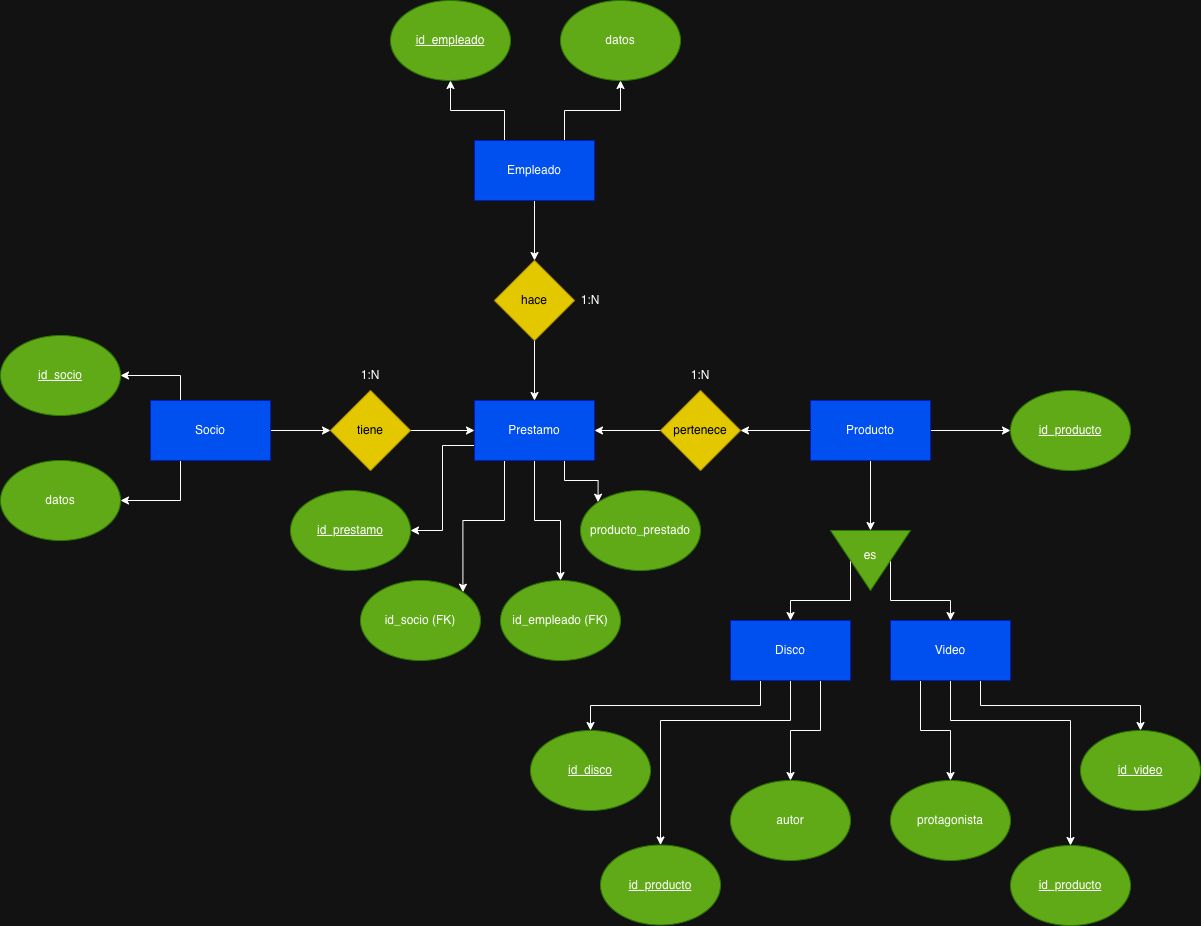
Above: Bases de Datos/ER 22 noviembre/Ejercicio1.6_videoteca.drawio.png in luzmariaalvarez/1DAW (draw.io), before the change. Source tidied: cells renumbered, new cells last; positions are measured from the earlier drawing's top-left corner, leaving out a move shared by most shapes. Source of this version:
```xml
<mxGraphModel>
  <root>
    <mxCell id="0" />
    <mxCell id="1" parent="0" />
    <mxCell id="2" style="edgeStyle=orthogonalEdgeStyle;rounded=0;jettySize=auto;html=1;exitX=1;exitY=0.5;exitDx=0;exitDy=0;entryX=0;entryY=0.5;entryDx=0;entryDy=0;" parent="1" edge="1" source="5" target="32">
      <mxGeometry relative="1" as="geometry" />
    </mxCell>
    <mxCell id="3" style="edgeStyle=orthogonalEdgeStyle;rounded=0;jettySize=auto;html=1;exitX=0.25;exitY=0;exitDx=0;exitDy=0;entryX=1;entryY=0.5;entryDx=0;entryDy=0;" parent="1" edge="1" source="5" target="41">
      <mxGeometry relative="1" as="geometry" />
    </mxCell>
    <mxCell id="4" style="edgeStyle=orthogonalEdgeStyle;rounded=0;jettySize=auto;html=1;exitX=0.25;exitY=1;exitDx=0;exitDy=0;entryX=1;entryY=0.5;entryDx=0;entryDy=0;" parent="1" edge="1" source="5" target="40">
      <mxGeometry relative="1" as="geometry" />
    </mxCell>
    <mxCell id="5" value="Socio" style="rounded=0;whiteSpace=wrap;html=1;fillColor=#0050ef;strokeColor=#001DBC;fontColor=#ffffff;" parent="1" vertex="1">
      <mxGeometry x="150" y="400" width="120" height="60" as="geometry" />
    </mxCell>
    <mxCell id="6" style="edgeStyle=orthogonalEdgeStyle;rounded=0;jettySize=auto;html=1;exitX=0.75;exitY=1;exitDx=0;exitDy=0;" parent="1" edge="1" source="9" target="49">
      <mxGeometry relative="1" as="geometry" />
    </mxCell>
    <mxCell id="7" style="edgeStyle=orthogonalEdgeStyle;rounded=0;jettySize=auto;html=1;exitX=0.25;exitY=1;exitDx=0;exitDy=0;entryX=0.5;entryY=0;entryDx=0;entryDy=0;" parent="1" edge="1" source="9" target="48">
      <mxGeometry relative="1" as="geometry" />
    </mxCell>
    <mxCell id="8" style="edgeStyle=orthogonalEdgeStyle;rounded=0;jettySize=auto;html=1;exitX=0.5;exitY=1;exitDx=0;exitDy=0;entryX=0.5;entryY=0;entryDx=0;entryDy=0;" parent="1" edge="1" source="9" target="52">
      <mxGeometry relative="1" as="geometry">
        <Array as="points">
          <mxPoint x="790" y="720" />
          <mxPoint x="660" y="720" />
        </Array>
      </mxGeometry>
    </mxCell>
    <mxCell id="9" value="Disco" style="rounded=0;whiteSpace=wrap;html=1;fillColor=#0050ef;strokeColor=#001DBC;fontColor=#ffffff;" parent="1" vertex="1">
      <mxGeometry x="730" y="620" width="120" height="60" as="geometry" />
    </mxCell>
    <mxCell id="10" style="edgeStyle=orthogonalEdgeStyle;rounded=0;jettySize=auto;html=1;exitX=0.25;exitY=1;exitDx=0;exitDy=0;" parent="1" edge="1" source="13" target="50">
      <mxGeometry relative="1" as="geometry" />
    </mxCell>
    <mxCell id="11" style="edgeStyle=orthogonalEdgeStyle;rounded=0;jettySize=auto;html=1;exitX=0.75;exitY=1;exitDx=0;exitDy=0;entryX=0.5;entryY=0;entryDx=0;entryDy=0;" parent="1" edge="1" source="13" target="51">
      <mxGeometry relative="1" as="geometry" />
    </mxCell>
    <mxCell id="12" style="edgeStyle=orthogonalEdgeStyle;rounded=0;jettySize=auto;html=1;exitX=0.5;exitY=1;exitDx=0;exitDy=0;entryX=0.5;entryY=0;entryDx=0;entryDy=0;" parent="1" edge="1" source="13" target="53">
      <mxGeometry relative="1" as="geometry">
        <Array as="points">
          <mxPoint x="950" y="720" />
          <mxPoint x="1070" y="720" />
        </Array>
      </mxGeometry>
    </mxCell>
    <mxCell id="13" value="Video" style="rounded=0;whiteSpace=wrap;html=1;fillColor=#0050ef;strokeColor=#001DBC;fontColor=#ffffff;" parent="1" vertex="1">
      <mxGeometry x="890" y="620" width="120" height="60" as="geometry" />
    </mxCell>
    <mxCell id="14" style="edgeStyle=orthogonalEdgeStyle;rounded=0;jettySize=auto;html=1;exitX=0;exitY=0.75;exitDx=0;exitDy=0;entryX=1;entryY=0.5;entryDx=0;entryDy=0;" parent="1" edge="1" source="18" target="42">
      <mxGeometry relative="1" as="geometry" />
    </mxCell>
    <mxCell id="15" style="edgeStyle=orthogonalEdgeStyle;rounded=0;jettySize=auto;html=1;exitX=0.25;exitY=1;exitDx=0;exitDy=0;entryX=1;entryY=0;entryDx=0;entryDy=0;" parent="1" edge="1" source="18" target="43">
      <mxGeometry relative="1" as="geometry" />
    </mxCell>
    <mxCell id="16" style="edgeStyle=orthogonalEdgeStyle;rounded=0;jettySize=auto;html=1;exitX=0.5;exitY=1;exitDx=0;exitDy=0;" parent="1" edge="1" source="18" target="44">
      <mxGeometry relative="1" as="geometry" />
    </mxCell>
    <mxCell id="17" style="edgeStyle=orthogonalEdgeStyle;rounded=0;jettySize=auto;html=1;exitX=0.75;exitY=1;exitDx=0;exitDy=0;entryX=0;entryY=0;entryDx=0;entryDy=0;" parent="1" edge="1" source="18" target="45">
      <mxGeometry relative="1" as="geometry" />
    </mxCell>
    <mxCell id="18" value="Prestamo" style="rounded=0;whiteSpace=wrap;html=1;fillColor=#0050ef;strokeColor=#001DBC;fontColor=#ffffff;" parent="1" vertex="1">
      <mxGeometry x="474" y="400" width="120" height="60" as="geometry" />
    </mxCell>
    <mxCell id="19" style="edgeStyle=orthogonalEdgeStyle;rounded=0;jettySize=auto;html=1;" parent="1" edge="1" source="22" target="38">
      <mxGeometry relative="1" as="geometry" />
    </mxCell>
    <mxCell id="20" style="edgeStyle=orthogonalEdgeStyle;rounded=0;jettySize=auto;html=1;exitX=0.25;exitY=0;exitDx=0;exitDy=0;" parent="1" edge="1" source="22" target="46">
      <mxGeometry relative="1" as="geometry" />
    </mxCell>
    <mxCell id="21" style="edgeStyle=orthogonalEdgeStyle;rounded=0;jettySize=auto;html=1;exitX=0.75;exitY=0;exitDx=0;exitDy=0;" parent="1" edge="1" source="22" target="47">
      <mxGeometry relative="1" as="geometry" />
    </mxCell>
    <mxCell id="22" value="Empleado" style="rounded=0;whiteSpace=wrap;html=1;fillColor=#0050ef;strokeColor=#001DBC;fontColor=#ffffff;" parent="1" vertex="1">
      <mxGeometry x="474" y="140" width="120" height="60" as="geometry" />
    </mxCell>
    <mxCell id="23" style="edgeStyle=orthogonalEdgeStyle;rounded=0;jettySize=auto;html=1;exitX=0.5;exitY=1;exitDx=0;exitDy=0;entryX=0;entryY=0.5;entryDx=0;entryDy=0;" parent="1" edge="1" source="26" target="29">
      <mxGeometry relative="1" as="geometry" />
    </mxCell>
    <mxCell id="24" style="edgeStyle=orthogonalEdgeStyle;rounded=0;jettySize=auto;html=1;" parent="1" edge="1" source="26" target="34">
      <mxGeometry relative="1" as="geometry" />
    </mxCell>
    <mxCell id="25" style="edgeStyle=orthogonalEdgeStyle;rounded=0;jettySize=auto;html=1;" parent="1" edge="1" source="26" target="54">
      <mxGeometry relative="1" as="geometry" />
    </mxCell>
    <mxCell id="26" value="Producto" style="rounded=0;whiteSpace=wrap;html=1;fillColor=#0050ef;strokeColor=#001DBC;fontColor=#ffffff;" parent="1" vertex="1">
      <mxGeometry x="810" y="400" width="120" height="60" as="geometry" />
    </mxCell>
    <mxCell id="27" style="edgeStyle=orthogonalEdgeStyle;rounded=0;jettySize=auto;html=1;exitX=0.5;exitY=1;exitDx=0;exitDy=0;entryX=0.5;entryY=0;entryDx=0;entryDy=0;" parent="1" edge="1" source="29" target="9">
      <mxGeometry relative="1" as="geometry">
        <Array as="points">
          <mxPoint x="850" y="600" />
          <mxPoint x="790" y="600" />
        </Array>
      </mxGeometry>
    </mxCell>
    <mxCell id="28" style="edgeStyle=orthogonalEdgeStyle;rounded=0;jettySize=auto;html=1;exitX=0.5;exitY=0;exitDx=0;exitDy=0;entryX=0.5;entryY=0;entryDx=0;entryDy=0;" parent="1" edge="1" source="29" target="13">
      <mxGeometry relative="1" as="geometry">
        <Array as="points">
          <mxPoint x="890" y="600" />
          <mxPoint x="950" y="600" />
        </Array>
      </mxGeometry>
    </mxCell>
    <mxCell id="29" style="triangle;whiteSpace=wrap;html=1;rotation=90;fillColor=#60a917;strokeColor=#2D7600;fontColor=#ffffff;" parent="1" vertex="1">
      <mxGeometry x="840" y="520" width="60" height="80" as="geometry" />
    </mxCell>
    <mxCell id="30" value="es" style="text;html=1;whiteSpace=wrap;strokeColor=none;fillColor=none;align=center;verticalAlign=middle;rounded=0;" parent="1" vertex="1">
      <mxGeometry x="840" y="540" width="60" height="30" as="geometry" />
    </mxCell>
    <mxCell id="31" style="edgeStyle=orthogonalEdgeStyle;rounded=0;jettySize=auto;html=1;exitX=1;exitY=0.5;exitDx=0;exitDy=0;entryX=0;entryY=0.5;entryDx=0;entryDy=0;" parent="1" edge="1" source="32" target="18">
      <mxGeometry relative="1" as="geometry" />
    </mxCell>
    <mxCell id="32" value="tiene" style="rhombus;whiteSpace=wrap;html=1;fillColor=#e3c800;strokeColor=#B09500;fontColor=#000000;" parent="1" vertex="1">
      <mxGeometry x="330" y="390" width="80" height="80" as="geometry" />
    </mxCell>
    <mxCell id="33" style="edgeStyle=orthogonalEdgeStyle;rounded=0;jettySize=auto;html=1;" parent="1" edge="1" source="34" target="18">
      <mxGeometry relative="1" as="geometry" />
    </mxCell>
    <mxCell id="34" value="pertenece" style="rhombus;whiteSpace=wrap;html=1;fillColor=#e3c800;strokeColor=#B09500;fontColor=#000000;" parent="1" vertex="1">
      <mxGeometry x="660" y="390" width="80" height="80" as="geometry" />
    </mxCell>
    <mxCell id="35" value="1:N" style="text;html=1;whiteSpace=wrap;strokeColor=none;fillColor=none;align=center;verticalAlign=middle;rounded=0;" parent="1" vertex="1">
      <mxGeometry x="340" y="360" width="60" height="30" as="geometry" />
    </mxCell>
    <mxCell id="36" value="1:N" style="text;html=1;whiteSpace=wrap;strokeColor=none;fillColor=none;align=center;verticalAlign=middle;rounded=0;" parent="1" vertex="1">
      <mxGeometry x="670" y="360" width="60" height="30" as="geometry" />
    </mxCell>
    <mxCell id="37" style="edgeStyle=orthogonalEdgeStyle;rounded=0;jettySize=auto;html=1;" parent="1" edge="1" source="38" target="18">
      <mxGeometry relative="1" as="geometry" />
    </mxCell>
    <mxCell id="38" value="hace" style="rhombus;whiteSpace=wrap;html=1;fillColor=#e3c800;strokeColor=#B09500;fontColor=#000000;" parent="1" vertex="1">
      <mxGeometry x="494" y="260" width="80" height="80" as="geometry" />
    </mxCell>
    <mxCell id="39" value="1:N" style="text;html=1;whiteSpace=wrap;strokeColor=none;fillColor=none;align=center;verticalAlign=middle;rounded=0;" parent="1" vertex="1">
      <mxGeometry x="560" y="285" width="60" height="30" as="geometry" />
    </mxCell>
    <mxCell id="40" value="datos" style="ellipse;whiteSpace=wrap;html=1;fillColor=#60a917;strokeColor=#2D7600;fontColor=#ffffff;" parent="1" vertex="1">
      <mxGeometry y="460" width="120" height="80" as="geometry" />
    </mxCell>
    <mxCell id="41" value="&lt;u&gt;id_socio&lt;/u&gt;" style="ellipse;whiteSpace=wrap;html=1;fillColor=#60a917;strokeColor=#2D7600;fontColor=#ffffff;" parent="1" vertex="1">
      <mxGeometry y="335" width="120" height="80" as="geometry" />
    </mxCell>
    <mxCell id="42" value="&lt;u&gt;id_prestamo&lt;/u&gt;" style="ellipse;whiteSpace=wrap;html=1;fillColor=#60a917;strokeColor=#2D7600;fontColor=#ffffff;" parent="1" vertex="1">
      <mxGeometry x="290" y="490" width="120" height="80" as="geometry" />
    </mxCell>
    <mxCell id="43" value="id_socio (FK)" style="ellipse;whiteSpace=wrap;html=1;fillColor=#60a917;strokeColor=#2D7600;fontColor=#ffffff;" parent="1" vertex="1">
      <mxGeometry x="360" y="580" width="120" height="80" as="geometry" />
    </mxCell>
    <mxCell id="44" value="id_empleado (FK)" style="ellipse;whiteSpace=wrap;html=1;fillColor=#60a917;strokeColor=#2D7600;fontColor=#ffffff;" parent="1" vertex="1">
      <mxGeometry x="500" y="580" width="120" height="80" as="geometry" />
    </mxCell>
    <mxCell id="45" value="producto_prestado" style="ellipse;whiteSpace=wrap;html=1;fillColor=#60a917;strokeColor=#2D7600;fontColor=#ffffff;" parent="1" vertex="1">
      <mxGeometry x="580" y="490" width="120" height="80" as="geometry" />
    </mxCell>
    <mxCell id="46" value="&lt;u&gt;id_empleado&lt;/u&gt;" style="ellipse;whiteSpace=wrap;html=1;fillColor=#60a917;strokeColor=#2D7600;fontColor=#ffffff;" parent="1" vertex="1">
      <mxGeometry x="390" width="120" height="80" as="geometry" />
    </mxCell>
    <mxCell id="47" value="datos" style="ellipse;whiteSpace=wrap;html=1;fillColor=#60a917;strokeColor=#2D7600;fontColor=#ffffff;" parent="1" vertex="1">
      <mxGeometry x="560" width="120" height="80" as="geometry" />
    </mxCell>
    <mxCell id="48" value="id_disco" style="ellipse;whiteSpace=wrap;html=1;fillColor=#60a917;strokeColor=#2D7600;fontStyle=4;fontColor=#ffffff;" parent="1" vertex="1">
      <mxGeometry x="530" y="730" width="120" height="80" as="geometry" />
    </mxCell>
    <mxCell id="49" value="autor" style="ellipse;whiteSpace=wrap;html=1;fillColor=#60a917;strokeColor=#2D7600;fontColor=#ffffff;" parent="1" vertex="1">
      <mxGeometry x="730" y="780" width="120" height="80" as="geometry" />
    </mxCell>
    <mxCell id="50" value="protagonista" style="ellipse;whiteSpace=wrap;html=1;fillColor=#60a917;strokeColor=#2D7600;fontColor=#ffffff;" parent="1" vertex="1">
      <mxGeometry x="890" y="780" width="120" height="80" as="geometry" />
    </mxCell>
    <mxCell id="51" value="&lt;u&gt;id_video&lt;/u&gt;" style="ellipse;whiteSpace=wrap;html=1;fillColor=#60a917;strokeColor=#2D7600;fontColor=#ffffff;" parent="1" vertex="1">
      <mxGeometry x="1080" y="730" width="120" height="80" as="geometry" />
    </mxCell>
    <mxCell id="52" value="id_producto" style="ellipse;whiteSpace=wrap;html=1;fillColor=#60a917;strokeColor=#2D7600;fontStyle=4;fontColor=#ffffff;" parent="1" vertex="1">
      <mxGeometry x="600" y="844.5" width="120" height="80" as="geometry" />
    </mxCell>
    <mxCell id="53" value="id_producto" style="ellipse;whiteSpace=wrap;html=1;fillColor=#60a917;strokeColor=#2D7600;fontStyle=4;fontColor=#ffffff;" parent="1" vertex="1">
      <mxGeometry x="1010" y="845" width="120" height="80" as="geometry" />
    </mxCell>
    <mxCell id="54" value="id_producto" style="ellipse;whiteSpace=wrap;html=1;fillColor=#60a917;strokeColor=#2D7600;fontStyle=4;fontColor=#ffffff;" parent="1" vertex="1">
      <mxGeometry x="1010" y="390" width="120" height="80" as="geometry" />
    </mxCell>
  </root>
</mxGraphModel>
```
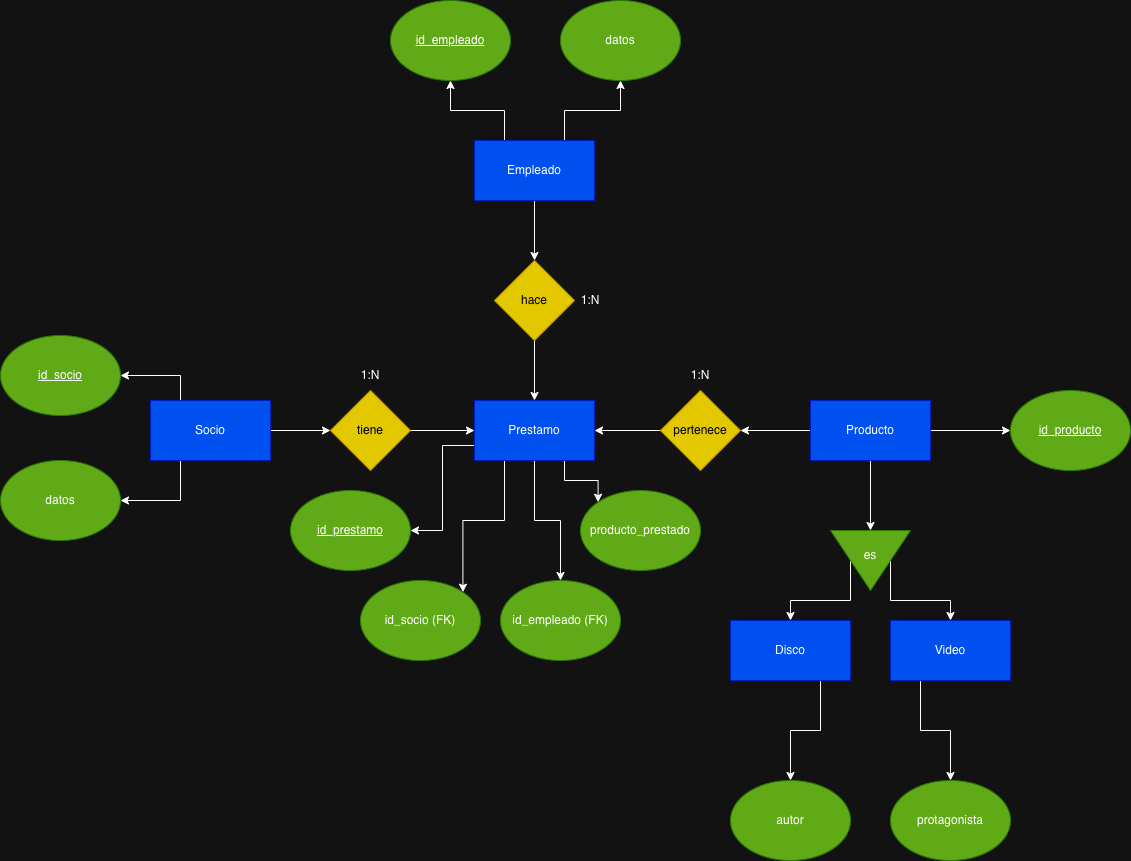
The same diagram one commit later.

What changed in the source:
```diff
@@ -17,34 +17,12 @@
     <mxCell id="6" style="edgeStyle=orthogonalEdgeStyle;rounded=0;jettySize=auto;html=1;exitX=0.75;exitY=1;exitDx=0;exitDy=0;" parent="1" edge="1" source="9" target="49">
       <mxGeometry relative="1" as="geometry" />
     </mxCell>
-    <mxCell id="7" style="edgeStyle=orthogonalEdgeStyle;rounded=0;jettySize=auto;html=1;exitX=0.25;exitY=1;exitDx=0;exitDy=0;entryX=0.5;entryY=0;entryDx=0;entryDy=0;" parent="1" edge="1" source="9" target="48">
-      <mxGeometry relative="1" as="geometry" />
-    </mxCell>
-    <mxCell id="8" style="edgeStyle=orthogonalEdgeStyle;rounded=0;jettySize=auto;html=1;exitX=0.5;exitY=1;exitDx=0;exitDy=0;entryX=0.5;entryY=0;entryDx=0;entryDy=0;" parent="1" edge="1" source="9" target="52">
-      <mxGeometry relative="1" as="geometry">
-        <Array as="points">
-          <mxPoint x="790" y="720" />
-          <mxPoint x="660" y="720" />
-        </Array>
-      </mxGeometry>
-    </mxCell>
     <mxCell id="9" value="Disco" style="rounded=0;whiteSpace=wrap;html=1;fillColor=#0050ef;strokeColor=#001DBC;fontColor=#ffffff;" parent="1" vertex="1">
       <mxGeometry x="730" y="620" width="120" height="60" as="geometry" />
     </mxCell>
     <mxCell id="10" style="edgeStyle=orthogonalEdgeStyle;rounded=0;jettySize=auto;html=1;exitX=0.25;exitY=1;exitDx=0;exitDy=0;" parent="1" edge="1" source="13" target="50">
       <mxGeometry relative="1" as="geometry" />
     </mxCell>
-    <mxCell id="11" style="edgeStyle=orthogonalEdgeStyle;rounded=0;jettySize=auto;html=1;exitX=0.75;exitY=1;exitDx=0;exitDy=0;entryX=0.5;entryY=0;entryDx=0;entryDy=0;" parent="1" edge="1" source="13" target="51">
-      <mxGeometry relative="1" as="geometry" />
-    </mxCell>
-    <mxCell id="12" style="edgeStyle=orthogonalEdgeStyle;rounded=0;jettySize=auto;html=1;exitX=0.5;exitY=1;exitDx=0;exitDy=0;entryX=0.5;entryY=0;entryDx=0;entryDy=0;" parent="1" edge="1" source="13" target="53">
-      <mxGeometry relative="1" as="geometry">
-        <Array as="points">
-          <mxPoint x="950" y="720" />
-          <mxPoint x="1070" y="720" />
-        </Array>
-      </mxGeometry>
-    </mxCell>
     <mxCell id="13" value="Video" style="rounded=0;whiteSpace=wrap;html=1;fillColor=#0050ef;strokeColor=#001DBC;fontColor=#ffffff;" parent="1" vertex="1">
       <mxGeometry x="890" y="620" width="120" height="60" as="geometry" />
     </mxCell>
@@ -160,24 +138,12 @@
     <mxCell id="47" value="datos" style="ellipse;whiteSpace=wrap;html=1;fillColor=#60a917;strokeColor=#2D7600;fontColor=#ffffff;" parent="1" vertex="1">
       <mxGeometry x="560" width="120" height="80" as="geometry" />
     </mxCell>
-    <mxCell id="48" value="id_disco" style="ellipse;whiteSpace=wrap;html=1;fillColor=#60a917;strokeColor=#2D7600;fontStyle=4;fontColor=#ffffff;" parent="1" vertex="1">
-      <mxGeometry x="530" y="730" width="120" height="80" as="geometry" />
-    </mxCell>
     <mxCell id="49" value="autor" style="ellipse;whiteSpace=wrap;html=1;fillColor=#60a917;strokeColor=#2D7600;fontColor=#ffffff;" parent="1" vertex="1">
       <mxGeometry x="730" y="780" width="120" height="80" as="geometry" />
     </mxCell>
     <mxCell id="50" value="protagonista" style="ellipse;whiteSpace=wrap;html=1;fillColor=#60a917;strokeColor=#2D7600;fontColor=#ffffff;" parent="1" vertex="1">
       <mxGeometry x="890" y="780" width="120" height="80" as="geometry" />
     </mxCell>
-    <mxCell id="51" value="&lt;u&gt;id_video&lt;/u&gt;" style="ellipse;whiteSpace=wrap;html=1;fillColor=#60a917;strokeColor=#2D7600;fontColor=#ffffff;" parent="1" vertex="1">
-      <mxGeometry x="1080" y="730" width="120" height="80" as="geometry" />
-    </mxCell>
-    <mxCell id="52" value="id_producto" style="ellipse;whiteSpace=wrap;html=1;fillColor=#60a917;strokeColor=#2D7600;fontStyle=4;fontColor=#ffffff;" parent="1" vertex="1">
-      <mxGeometry x="600" y="844.5" width="120" height="80" as="geometry" />
-    </mxCell>
-    <mxCell id="53" value="id_producto" style="ellipse;whiteSpace=wrap;html=1;fillColor=#60a917;strokeColor=#2D7600;fontStyle=4;fontColor=#ffffff;" parent="1" vertex="1">
-      <mxGeometry x="1010" y="845" width="120" height="80" as="geometry" />
-    </mxCell>
     <mxCell id="54" value="id_producto" style="ellipse;whiteSpace=wrap;html=1;fillColor=#60a917;strokeColor=#2D7600;fontStyle=4;fontColor=#ffffff;" parent="1" vertex="1">
       <mxGeometry x="1010" y="390" width="120" height="80" as="geometry" />
     </mxCell>
```
